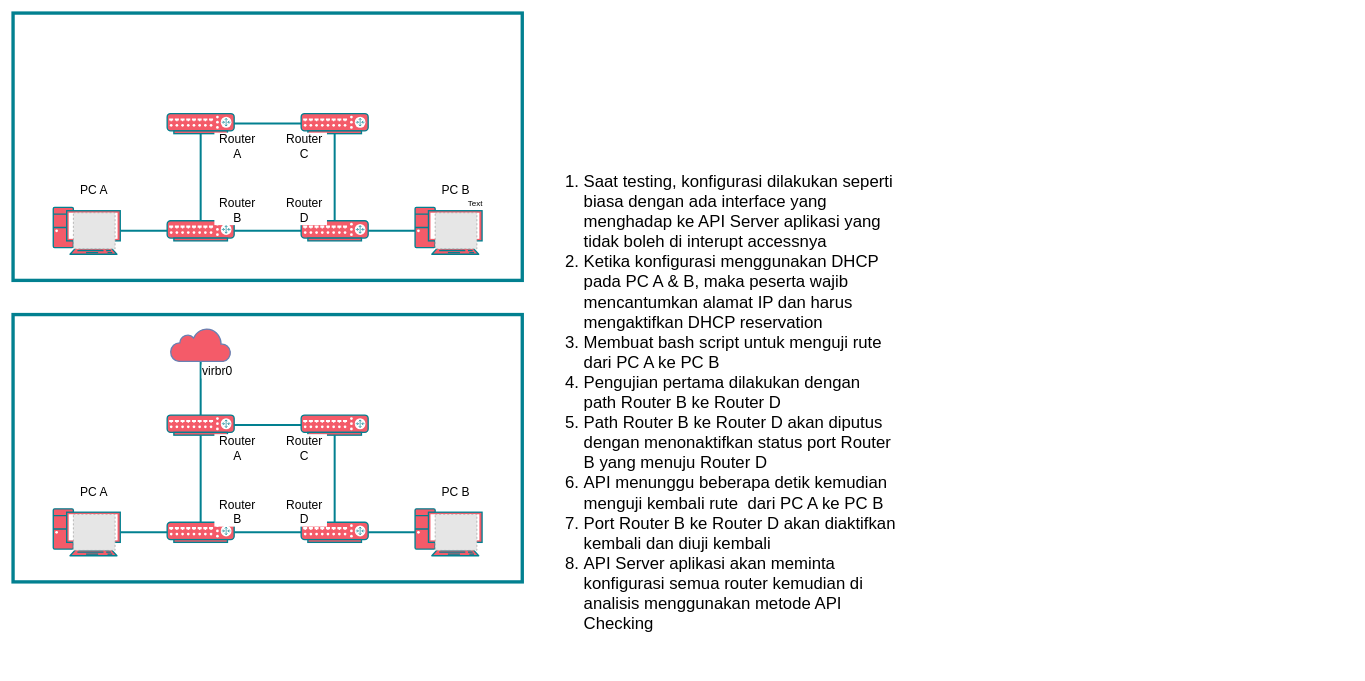
Before: Arsitektur Thesis.drawio in Rizqirazkafi/catatan-thesis, a draw.io diagram. Source tidied: cells renumbered, new cells numbered last; positions are measured from the earlier drawing's top-left corner, leaving out a move shared by most shapes. Both pictures are drawn from the tidied source at 67%, with x=0, y=0 at pixel (13, 13). Pictures stored in the file or linked from it are replaced by grey dashed boxes.
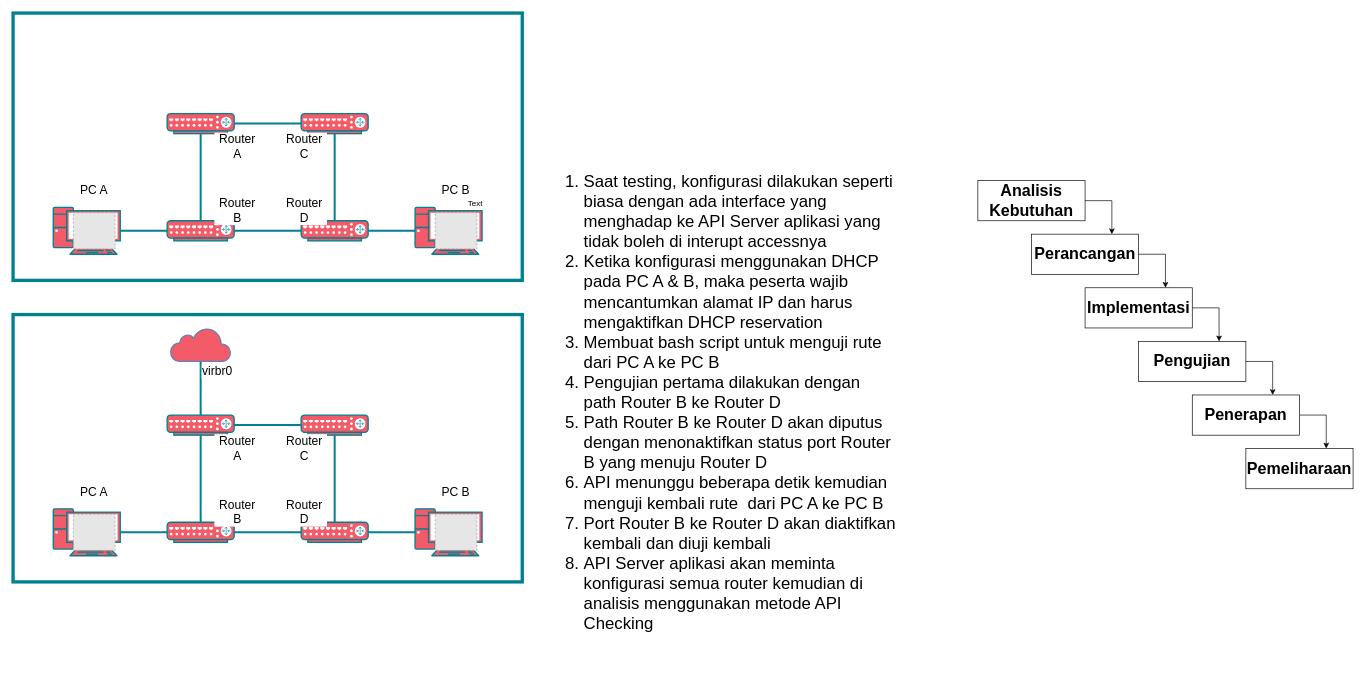
The same diagram, later.

Commit message:
Penambahan diagram waterfall

Diff of the diagram source:
```diff
@@
+    <mxCell id="49" style="edgeStyle=orthogonalEdgeStyle;rounded=0;jettySize=auto;html=1;exitX=1;exitY=0.5;exitDx=0;exitDy=0;entryX=0.75;entryY=0;entryDx=0;entryDy=0;" parent="1" edge="1" source="50" target="52">
+      <mxGeometry relative="1" as="geometry" />
+    </mxCell>
+    <mxCell id="50" value="&lt;h1&gt;Analisis Kebutuhan&lt;/h1&gt;" style="rounded=0;whiteSpace=wrap;html=1;" parent="1" vertex="1">
+      <mxGeometry x="1440" y="250" width="160" height="60" as="geometry" />
+    </mxCell>
+    <mxCell id="51" style="edgeStyle=orthogonalEdgeStyle;rounded=0;jettySize=auto;html=1;exitX=1;exitY=0.5;exitDx=0;exitDy=0;entryX=0.75;entryY=0;entryDx=0;entryDy=0;" parent="1" edge="1" source="52" target="54">
+      <mxGeometry relative="1" as="geometry" />
+    </mxCell>
+    <mxCell id="52" value="&lt;h1&gt;Perancangan&lt;/h1&gt;" style="rounded=0;whiteSpace=wrap;html=1;" parent="1" vertex="1">
+      <mxGeometry x="1520" y="330" width="160" height="60" as="geometry" />
+    </mxCell>
+    <mxCell id="53" style="edgeStyle=orthogonalEdgeStyle;rounded=0;jettySize=auto;html=1;exitX=1;exitY=0.5;exitDx=0;exitDy=0;entryX=0.75;entryY=0;entryDx=0;entryDy=0;" parent="1" edge="1" source="54" target="56">
+      <mxGeometry relative="1" as="geometry" />
+    </mxCell>
+    <mxCell id="54" value="&lt;h1&gt;Implementasi&lt;/h1&gt;" style="rounded=0;whiteSpace=wrap;html=1;" parent="1" vertex="1">
+      <mxGeometry x="1600" y="410" width="160" height="60" as="geometry" />
+    </mxCell>
+    <mxCell id="55" style="edgeStyle=orthogonalEdgeStyle;rounded=0;jettySize=auto;html=1;exitX=1;exitY=0.5;exitDx=0;exitDy=0;entryX=0.75;entryY=0;entryDx=0;entryDy=0;" parent="1" edge="1" source="56" target="58">
+      <mxGeometry relative="1" as="geometry" />
+    </mxCell>
+    <mxCell id="56" value="&lt;h1&gt;Pengujian&lt;/h1&gt;" style="rounded=0;whiteSpace=wrap;html=1;" parent="1" vertex="1">
+      <mxGeometry x="1680" y="490" width="160" height="60" as="geometry" />
+    </mxCell>
+    <mxCell id="57" style="edgeStyle=orthogonalEdgeStyle;rounded=0;jettySize=auto;html=1;exitX=1;exitY=0.5;exitDx=0;exitDy=0;entryX=0.75;entryY=0;entryDx=0;entryDy=0;" parent="1" edge="1" source="58" target="59">
+      <mxGeometry relative="1" as="geometry" />
+    </mxCell>
+    <mxCell id="58" value="&lt;h1&gt;Penerapan&lt;/h1&gt;" style="rounded=0;whiteSpace=wrap;html=1;" parent="1" vertex="1">
+      <mxGeometry x="1760" y="570" width="160" height="60" as="geometry" />
+    </mxCell>
+    <mxCell id="59" value="&lt;h1&gt;Pemeliharaan&lt;/h1&gt;" style="rounded=0;whiteSpace=wrap;html=1;" parent="1" vertex="1">
+      <mxGeometry x="1840" y="650" width="160" height="60" as="geometry" />
+    </mxCell>
```
